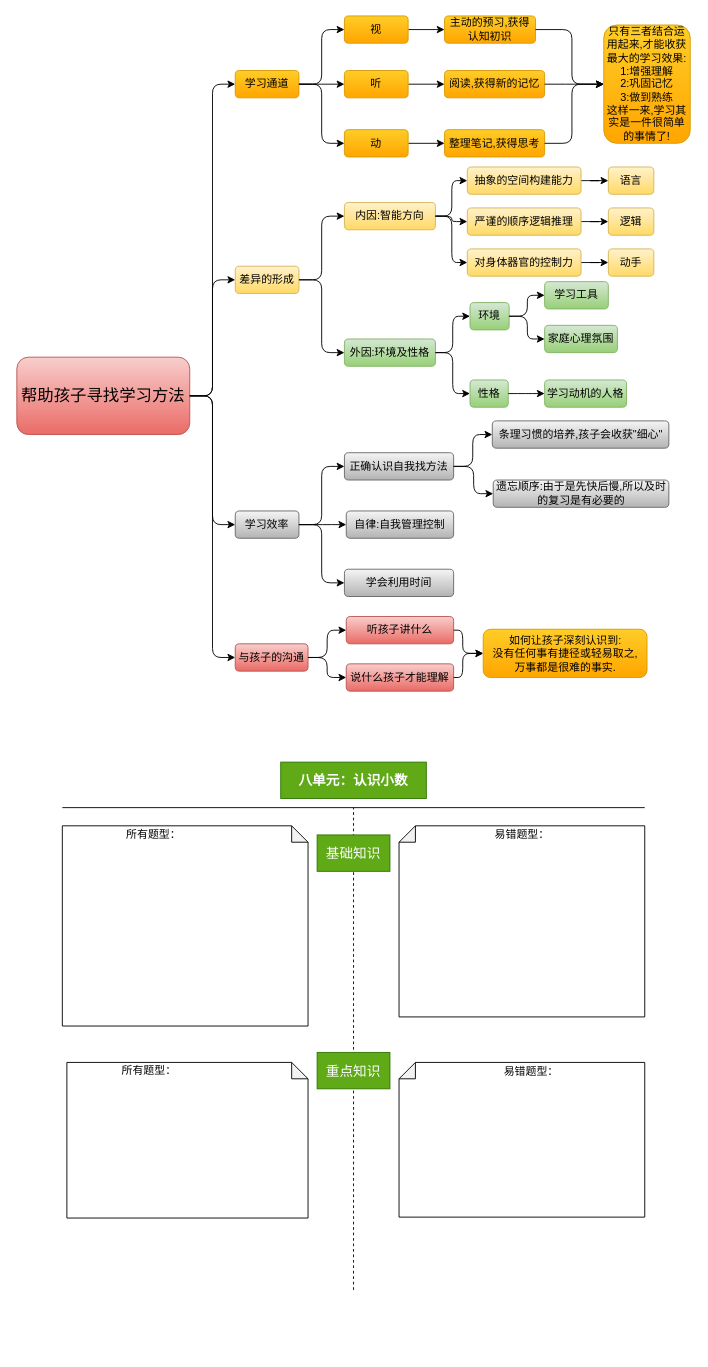
Before: 孩子学习培养.drawio in UTOUUCENTER-CD/draw.io, a draw.io diagram. Source tidied: cells renumbered, new cells numbered last; positions are measured from the earlier drawing's top-left corner, leaving out a move shared by most shapes. Both pictures are drawn from the tidied source at 91%, with x=0, y=0 at pixel (16, 15).
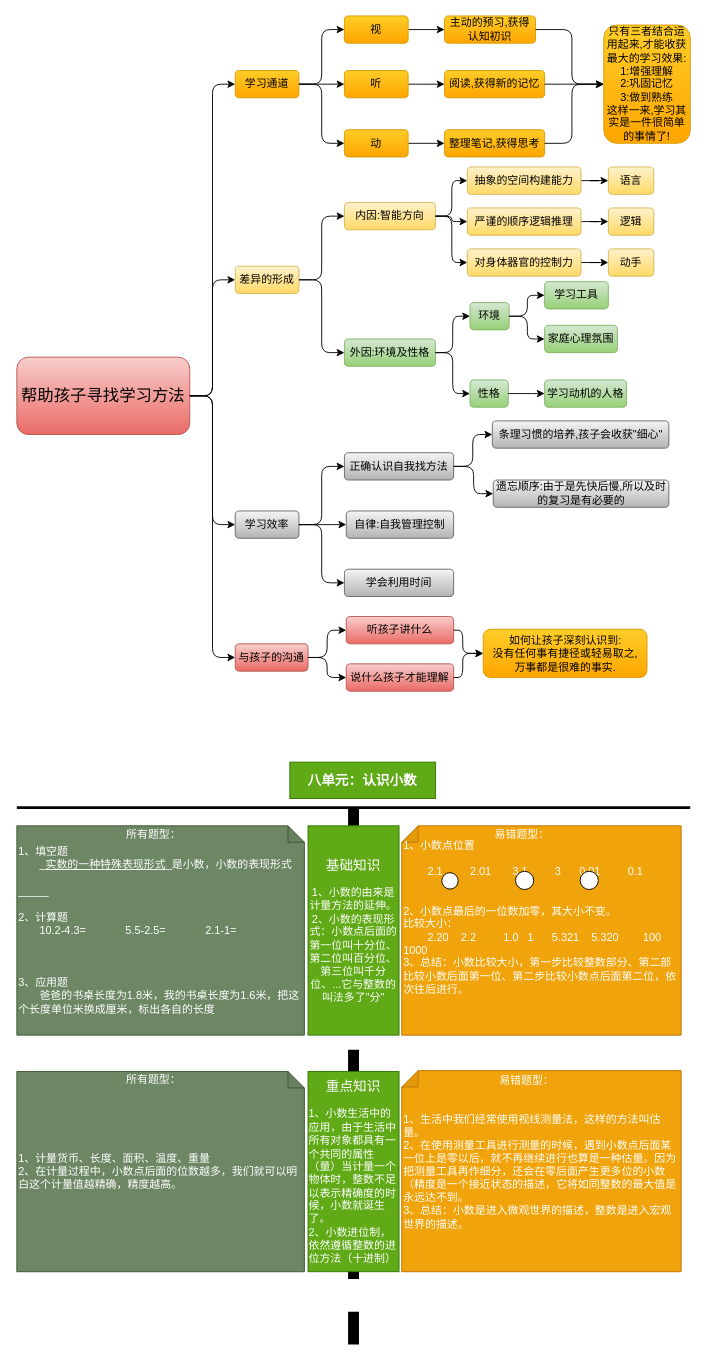
After the change.

Commit message:
Update 孩子学习培养.drawio

Diff of the diagram source:
```diff
@@
     <mxCell id="70" value="&lt;b&gt;八单元：认识小数&lt;/b&gt;" style="rounded=0;whiteSpace=wrap;html=1;fillColor=#60a917;strokeColor=#2D7600;fontColor=#ffffff;fontSize=15;" parent="1" vertex="1">
-      <mxGeometry x="290" y="820" width="160" height="40" as="geometry" />
+      <mxGeometry x="300" y="820" width="160" height="40" as="geometry" />
     </mxCell>
-    <mxCell id="71" style="endArrow=none;html=1;strokeColor=#000000;" parent="1" edge="1">
+    <mxCell id="71" style="endArrow=none;html=1;strokeColor=#000000;strokeWidth=3;" parent="1" edge="1">
       <mxGeometry relative="1" as="geometry">
-        <mxPoint x="690" y="870" as="sourcePoint" />
-        <mxPoint x="50" y="870" as="targetPoint" />
+        <mxPoint x="740" y="870" as="sourcePoint" />
+        <mxPoint y="870" as="targetPoint" />
       </mxGeometry>
     </mxCell>
-    <mxCell id="72" style="endArrow=none;dashed=1;html=1;strokeColor=#000000;" parent="1" edge="1">
+    <mxCell id="72" style="endArrow=none;dashed=1;html=1;strokeColor=#000000;strokeWidth=12;" parent="1" edge="1" source="74">
       <mxGeometry relative="1" as="geometry">
-        <mxPoint x="370" y="1400" as="sourcePoint" />
         <mxPoint x="370" y="870" as="targetPoint" />
       </mxGeometry>
     </mxCell>
-    <mxCell id="73" style="shape=note;whiteSpace=wrap;html=1;backgroundOutline=1;darkOpacity=0.05;size=18;" parent="1" vertex="1">
-      <mxGeometry x="50" y="890" width="270" height="220" as="geometry" />
+    <mxCell id="73" value="1、填空题&lt;br&gt;&amp;nbsp; &amp;nbsp; &amp;nbsp; &amp;nbsp;_&lt;u&gt;实数的一种特殊表现形式&lt;/u&gt;_是小数，小数的表现形式&lt;br&gt;&lt;br&gt;_____&lt;br&gt;&lt;br&gt;2、计算题&lt;br&gt;&amp;nbsp; &amp;nbsp; &amp;nbsp; &amp;nbsp;10.2-4.3=&amp;nbsp; &amp;nbsp; &amp;nbsp; &amp;nbsp; &amp;nbsp; &amp;nbsp; &amp;nbsp;5.5-2.5=&amp;nbsp; &amp;nbsp; &amp;nbsp; &amp;nbsp; &amp;nbsp; &amp;nbsp; &amp;nbsp;2.1-1=&amp;nbsp; &amp;nbsp; &amp;nbsp; &amp;nbsp; &amp;nbsp; &amp;nbsp;&amp;nbsp;&lt;br&gt;&lt;br&gt;&lt;br&gt;&lt;br&gt;3、应用题&lt;br&gt;&amp;nbsp; &amp;nbsp; &amp;nbsp; &amp;nbsp;爸爸的书桌长度为1.8米，我的书桌长度为1.6米，把这个长度单位米换成厘米，标出各自的长度" style="shape=note;whiteSpace=wrap;html=1;backgroundOutline=1;darkOpacity=0.05;size=18;fillColor=#6d8764;strokeColor=#3A5431;fontColor=#ffffff;align=left;" parent="1" vertex="1">
+      <mxGeometry y="890" width="316" height="230" as="geometry" />
     </mxCell>
-    <mxCell id="74" value="&lt;font style=&quot;font-size: 15px&quot;&gt;基础知识&lt;/font&gt;" style="rounded=0;whiteSpace=wrap;html=1;fillColor=#60a917;strokeColor=#2D7600;fontColor=#ffffff;" parent="1" vertex="1">
-      <mxGeometry x="330" y="900" width="80" height="40" as="geometry" />
-    </mxCell>
-    <mxCell id="75" value="&lt;font style=&quot;font-size: 15px&quot;&gt;重点知识&lt;/font&gt;" style="rounded=0;whiteSpace=wrap;html=1;fillColor=#60a917;strokeColor=#2D7600;fontColor=#ffffff;" parent="1" vertex="1">
-      <mxGeometry x="330" y="1139" width="80" height="40" as="geometry" />
-    </mxCell>
-    <mxCell id="76" style="shape=note;whiteSpace=wrap;html=1;backgroundOutline=1;darkOpacity=0.05;size=18;flipV=0;flipH=1;" parent="1" vertex="1">
-      <mxGeometry x="420" y="890" width="270" height="210" as="geometry" />
+    <mxCell id="76" value="&lt;br&gt;1、小数点位置&lt;br&gt;&lt;br&gt;&amp;nbsp; &amp;nbsp; &amp;nbsp; &amp;nbsp; 2.1&amp;nbsp; &amp;nbsp; &amp;nbsp; &amp;nbsp; &amp;nbsp;2.01&amp;nbsp; &amp;nbsp; &amp;nbsp; &amp;nbsp;3.1&amp;nbsp; &amp;nbsp; &amp;nbsp; &amp;nbsp; &amp;nbsp;3&amp;nbsp; &amp;nbsp; &amp;nbsp; 0.01&amp;nbsp; &amp;nbsp; &amp;nbsp; &amp;nbsp; &amp;nbsp;0.1&lt;br&gt;&lt;br&gt;&lt;br&gt;2、小数点最后的一位数加零，其大小不变。&lt;br&gt;比较大小：&lt;br&gt;&amp;nbsp; &amp;nbsp; &amp;nbsp; &amp;nbsp; 2.20&amp;nbsp; &amp;nbsp; 2.2&amp;nbsp; &amp;nbsp; &amp;nbsp; &amp;nbsp; &amp;nbsp;1.0&amp;nbsp; &amp;nbsp;1&amp;nbsp; &amp;nbsp; &amp;nbsp; 5.321&amp;nbsp; &amp;nbsp; 5.320&amp;nbsp; &amp;nbsp; &amp;nbsp; &amp;nbsp; 100&amp;nbsp; &amp;nbsp; 1000&lt;br&gt;3、总结：小数比较大小，第一步比较整数部分、第二部比较小数后面第一位、第二步比较小数点后面第二位，依次往后进行。&lt;br&gt;&lt;span style=&quot;color: rgba(0 , 0 , 0 , 0) ; font-family: monospace ; font-size: 0px ; white-space: nowrap&quot;&gt;&lt;br&gt;&lt;br&gt;&lt;br&gt;&lt;/span&gt;" style="shape=note;whiteSpace=wrap;html=1;backgroundOutline=1;darkOpacity=0.05;size=18;flipV=0;flipH=1;fillColor=#f0a30a;strokeColor=#BD7000;fontColor=#ffffff;align=left;" parent="1" vertex="1">
+      <mxGeometry x="423" y="890" width="307" height="230" as="geometry" />
     </mxCell>
-    <mxCell id="77" style="shape=note;whiteSpace=wrap;html=1;backgroundOutline=1;darkOpacity=0.05;size=18;" parent="1" vertex="1">
-      <mxGeometry x="55" y="1150" width="265" height="171" as="geometry" />
+    <mxCell id="77" value="1、计量货币、长度、面积、温度、重量&lt;br&gt;2、在计量过程中，小数点后面的位数越多，我们就可以明白这个计量值越精确，精度越高。" style="shape=note;whiteSpace=wrap;html=1;backgroundOutline=1;darkOpacity=0.05;size=18;fillColor=#6d8764;strokeColor=#3A5431;fontColor=#ffffff;align=left;" parent="1" vertex="1">
+      <mxGeometry y="1160" width="316" height="220" as="geometry" />
     </mxCell>
-    <mxCell id="78" style="shape=note;whiteSpace=wrap;html=1;backgroundOutline=1;darkOpacity=0.05;size=18;flipH=1;" parent="1" vertex="1">
-      <mxGeometry x="420" y="1150" width="270" height="170" as="geometry" />
+    <mxCell id="78" value="&lt;div&gt;&lt;span&gt;1、生活中我们经常使用视线测量法，这样的方法叫估量。&lt;/span&gt;&lt;/div&gt;&lt;div&gt;&lt;span&gt;2、在使用测量工具进行测量的时候，遇到小数点后面某一位上是零以后，就不再继续进行也算是一种估量。因为把测量工具再作细分，还会在零后面产生更多位的小数（精度是一个接近状态的描述，它将如同整数的最大值是永远达不到。&lt;/span&gt;&lt;/div&gt;&lt;div&gt;&lt;span&gt;3、总结：小数是进入微观世界的描述，整数是进入宏观世界的描述。&lt;/span&gt;&lt;/div&gt;" style="shape=note;whiteSpace=wrap;html=1;backgroundOutline=1;darkOpacity=0.05;size=18;flipH=1;fillColor=#f0a30a;strokeColor=#BD7000;fontColor=#ffffff;align=left;" parent="1" vertex="1">
+      <mxGeometry x="423" y="1159" width="307" height="221" as="geometry" />
     </mxCell>
-    <mxCell id="79" value="所有题型：" style="text;html=1;align=center;verticalAlign=middle;" parent="1" vertex="1">
+    <mxCell id="79" value="&lt;font color=&quot;#ffffff&quot;&gt;所有题型：&lt;/font&gt;" style="text;html=1;align=center;verticalAlign=middle;" parent="1" vertex="1">
       <mxGeometry x="110" y="890" width="80" height="20" as="geometry" />
     </mxCell>
-    <mxCell id="80" value="易错题型：" style="text;html=1;align=center;verticalAlign=middle;" parent="1" vertex="1">
+    <mxCell id="80" value="&lt;font color=&quot;#ffffff&quot;&gt;易错题型：&lt;/font&gt;" style="text;html=1;align=center;verticalAlign=middle;" parent="1" vertex="1">
       <mxGeometry x="515" y="890" width="80" height="20" as="geometry" />
     </mxCell>
-    <mxCell id="81" value="所有题型：" style="text;html=1;align=center;verticalAlign=middle;" parent="1" vertex="1">
-      <mxGeometry x="105" y="1149" width="80" height="20" as="geometry" />
+    <mxCell id="81" value="&lt;font color=&quot;#ffffff&quot;&gt;所有题型：&lt;/font&gt;" style="text;html=1;align=center;verticalAlign=middle;" parent="1" vertex="1">
+      <mxGeometry x="110" y="1159" width="80" height="20" as="geometry" />
     </mxCell>
-    <mxCell id="82" value="易错题型：" style="text;html=1;align=center;verticalAlign=middle;" parent="1" vertex="1">
-      <mxGeometry x="525" y="1150" width="80" height="20" as="geometry" />
+    <mxCell id="82" value="&lt;font color=&quot;#ffffff&quot;&gt;易错题型：&lt;/font&gt;" style="text;html=1;align=center;verticalAlign=middle;" parent="1" vertex="1">
+      <mxGeometry x="520" y="1160" width="80" height="20" as="geometry" />
     </mxCell>
+    <mxCell id="83" style="ellipse;whiteSpace=wrap;html=1;" parent="1" vertex="1">
+      <mxGeometry x="467" y="941.5" width="18" height="18" as="geometry" />
+    </mxCell>
+    <mxCell id="84" style="ellipse;whiteSpace=wrap;html=1;" parent="1" vertex="1">
+      <mxGeometry x="548" y="940" width="20" height="20" as="geometry" />
+    </mxCell>
+    <mxCell id="85" style="ellipse;whiteSpace=wrap;html=1;" parent="1" vertex="1">
+      <mxGeometry x="619" y="940" width="20" height="20" as="geometry" />
+    </mxCell>
+    <mxCell id="74" value="&lt;font&gt;&lt;span style=&quot;font-size: 15px&quot;&gt;基础知识&lt;br&gt;&lt;/span&gt;&lt;br&gt;&lt;font style=&quot;font-size: 12px&quot;&gt;1、小数的由来是计量方法的延伸。&lt;br&gt;&lt;/font&gt;2、小数的表现形式：小数点后面的第一位叫十分位、第二位叫百分位、第三位叫千分位、...它与整数的叫法多了&quot;分&quot;&lt;br&gt;&lt;/font&gt;" style="rounded=0;whiteSpace=wrap;html=1;fillColor=#60a917;strokeColor=#2D7600;fontColor=#ffffff;" parent="1" vertex="1">
+      <mxGeometry x="320" y="890" width="100" height="230" as="geometry" />
+    </mxCell>
+    <mxCell id="86" style="endArrow=none;dashed=1;html=1;strokeColor=#000000;strokeWidth=12;" parent="1" edge="1" target="74">
+      <mxGeometry relative="1" as="geometry">
+        <mxPoint x="370" y="1460" as="sourcePoint" />
+      </mxGeometry>
+    </mxCell>
+    <mxCell id="75" value="&lt;font&gt;&lt;span style=&quot;font-size: 15px&quot;&gt;重点知识&lt;/span&gt;&lt;br&gt;&lt;font style=&quot;font-size: 12px&quot;&gt;&lt;br&gt;&lt;div style=&quot;text-align: left&quot;&gt;&lt;span&gt;1、小数生活中的应用，由于生活中所有对象都具有一个共同的属性（量）当计量一个物体时，整数不足以表示精确度的时候，小数就诞生了。&lt;/span&gt;&lt;/div&gt;&lt;/font&gt;&lt;div style=&quot;text-align: left&quot;&gt;&lt;span&gt;2、小数进位制，依然遵循整数的进位方法（十进制）&lt;/span&gt;&lt;/div&gt;&lt;/font&gt;" style="rounded=0;whiteSpace=wrap;html=1;fillColor=#60a917;strokeColor=#2D7600;fontColor=#ffffff;" parent="1" vertex="1">
+      <mxGeometry x="320" y="1160" width="100" height="220" as="geometry" />
+    </mxCell>
```
